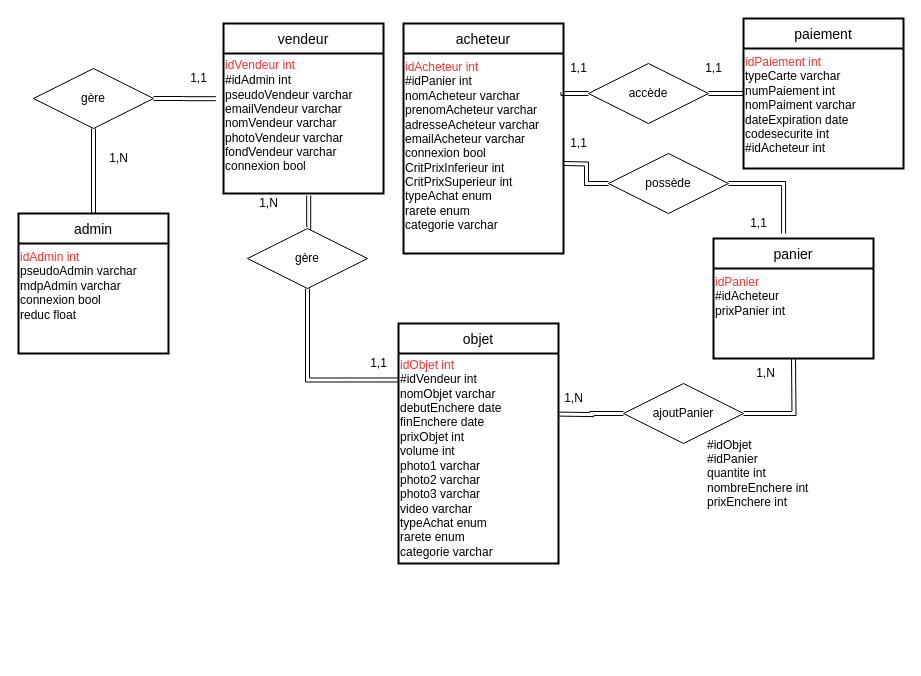
Before: relation_entite.drawio in Dvdbx/projet-webdynamique, a draw.io diagram. Source tidied: cells renumbered, new cells numbered last; positions are measured from the earlier drawing's top-left corner, leaving out a move shared by most shapes. Both pictures are drawn from the tidied source at 100%, with x=0, y=0 at pixel (18, 18).
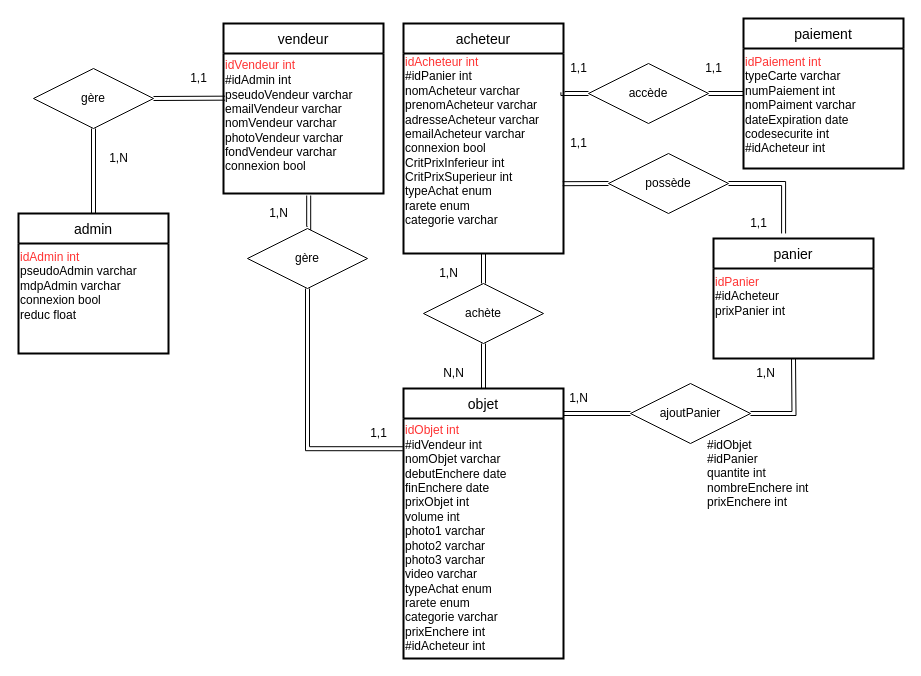
The same page after the edit.

Commit message (it also covers changes not shown here):
relation entite

Unchanged cells that the change refers to:
```xml
<mxCell id="5" value="&lt;font style=&quot;font-size: 12px&quot;&gt;&lt;font color=&quot;#ff3333&quot;&gt;&lt;br&gt;&lt;br&gt;&lt;/font&gt;&lt;span style=&quot;color: rgb(255 , 51 , 51)&quot;&gt;idVendeur int&lt;/span&gt;&lt;font color=&quot;#ff3333&quot;&gt;&lt;br&gt;&lt;/font&gt;&lt;div&gt;&lt;span&gt;#idAdmin int&lt;/span&gt;&lt;/div&gt;&lt;div&gt;&lt;span&gt;pseudoVendeur varchar&lt;/span&gt;&lt;/div&gt;&lt;div&gt;&lt;span&gt;emailVendeur varchar&lt;/span&gt;&lt;/div&gt;&lt;div&gt;&lt;span&gt;nomVendeur varchar&lt;/span&gt;&lt;/div&gt;&lt;div&gt;&lt;span&gt;photoVendeur varchar&lt;/span&gt;&lt;/div&gt;&lt;div&gt;&lt;span&gt;fondVendeur varchar&lt;/span&gt;&lt;/div&gt;&lt;div&gt;&lt;span&gt;connexion bool&lt;/span&gt;&lt;/div&gt;&lt;/font&gt;&lt;div style=&quot;padding: 0px ; margin: 0px&quot;&gt;&lt;br style=&quot;padding: 0px ; margin: 0px&quot;&gt;&lt;/div&gt;&lt;div style=&quot;padding: 0px ; margin: 0px&quot;&gt;&lt;br style=&quot;padding: 0px ; margin: 0px&quot;&gt;&lt;/div&gt;&lt;div style=&quot;padding: 0px ; margin: 0px&quot;&gt;&lt;br style=&quot;padding: 0px ; margin: 0px ; font-size: 12px&quot;&gt;&lt;/div&gt;" style="text;html=1;strokeColor=none;fillColor=none;align=left;verticalAlign=middle;whiteSpace=wrap;rounded=0;sketch=0;fontSize=14;fontColor=#000000;" parent="4" vertex="1">
  <mxGeometry y="30" width="160" height="140" as="geometry" />
</mxCell>
<mxCell id="6" value="acheteur" style="swimlane;horizontal=1;startSize=30;rounded=0;fontSize=14;fontStyle=0;strokeWidth=2;shadow=0;dashed=0;align=center;" parent="1" vertex="1">
  <mxGeometry x="385" y="5" width="160" height="230" as="geometry" />
</mxCell>
<mxCell id="26" value="gère" style="shape=rhombus;perimeter=rhombusPerimeter;whiteSpace=wrap;html=1;align=center;rounded=0;" parent="1" vertex="1">
  <mxGeometry x="15" y="50" width="120" height="60" as="geometry" />
</mxCell>
<mxCell id="35" value="possède" style="shape=rhombus;perimeter=rhombusPerimeter;whiteSpace=wrap;html=1;align=center;rounded=0;" parent="1" vertex="1">
  <mxGeometry x="590" y="135" width="120" height="60" as="geometry" />
</mxCell>
```

What changed in the source:
```diff
@@
-    <mxCell id="7" value="&lt;span&gt;&lt;font color=&quot;#ff3333&quot;&gt;&lt;br&gt;idAcheteur int&lt;/font&gt;&lt;/span&gt;&lt;br style=&quot;padding: 0px ; margin: 0px&quot;&gt;&lt;span&gt;#idPanier int&lt;/span&gt;&lt;br style=&quot;padding: 0px ; margin: 0px&quot;&gt;&lt;span&gt;nomAcheteur varchar&lt;/span&gt;&lt;br style=&quot;padding: 0px ; margin: 0px&quot;&gt;&lt;span&gt;prenomAcheteur varchar&lt;/span&gt;&lt;br style=&quot;padding: 0px ; margin: 0px&quot;&gt;&lt;span&gt;adresseAcheteur varchar&lt;/span&gt;&lt;br style=&quot;padding: 0px ; margin: 0px&quot;&gt;&lt;span&gt;emailAcheteur varchar&lt;/span&gt;&lt;br style=&quot;padding: 0px ; margin: 0px&quot;&gt;&lt;span&gt;connexion bool&lt;br&gt;&lt;div&gt;CritPrixInferieur int&lt;/div&gt;&lt;div&gt;CritPrixSuperieur int&amp;nbsp;&lt;/div&gt;&lt;div&gt;typeAchat enum&amp;nbsp;&lt;/div&gt;&lt;div&gt;rarete enum&amp;nbsp;&lt;/div&gt;&lt;div&gt;categorie varchar&amp;nbsp;&lt;/div&gt;&lt;br&gt;&lt;br&gt;&lt;/span&gt;" style="text;html=1;strokeColor=none;fillColor=none;align=left;verticalAlign=middle;whiteSpace=wrap;rounded=0;sketch=0;fontSize=12;fontColor=#000000;" parent="6" vertex="1">
-      <mxGeometry y="30" width="160" height="200" as="geometry" />
-    </mxCell>
@@
     <mxCell id="10" value="objet" style="swimlane;horizontal=1;startSize=30;rounded=0;fontSize=14;fontStyle=0;strokeWidth=2;shadow=0;dashed=0;align=center;" parent="1" vertex="1">
-      <mxGeometry x="380" y="305" width="160" height="240" as="geometry" />
+      <mxGeometry x="385" y="370" width="160" height="270" as="geometry" />
     </mxCell>
-    <mxCell id="11" value="&lt;span&gt;&lt;font color=&quot;#ff3333&quot;&gt;idObjet int&lt;/font&gt;&lt;/span&gt;&lt;br style=&quot;padding: 0px ; margin: 0px&quot;&gt;&lt;span&gt;#idVendeur int&lt;/span&gt;&lt;br style=&quot;padding: 0px ; margin: 0px&quot;&gt;&lt;span&gt;nomObjet varchar&lt;/span&gt;&lt;br style=&quot;padding: 0px ; margin: 0px&quot;&gt;&lt;span&gt;debutEnchere date&lt;/span&gt;&lt;br style=&quot;padding: 0px ; margin: 0px&quot;&gt;&lt;span&gt;finEnchere date&lt;/span&gt;&lt;br style=&quot;padding: 0px ; margin: 0px&quot;&gt;&lt;span&gt;prixObjet int&lt;/span&gt;&lt;br style=&quot;padding: 0px ; margin: 0px&quot;&gt;&lt;span&gt;volume int&lt;/span&gt;&lt;br style=&quot;padding: 0px ; margin: 0px&quot;&gt;&lt;span&gt;photo1 varchar&lt;/span&gt;&lt;br style=&quot;padding: 0px ; margin: 0px&quot;&gt;&lt;span&gt;photo2 varchar&lt;/span&gt;&lt;br style=&quot;padding: 0px ; margin: 0px&quot;&gt;&lt;span&gt;photo3 varchar&lt;/span&gt;&lt;br style=&quot;padding: 0px ; margin: 0px&quot;&gt;&lt;span&gt;video varchar&lt;/span&gt;&lt;br style=&quot;padding: 0px ; margin: 0px&quot;&gt;&lt;span&gt;typeAchat enum&lt;/span&gt;&lt;br style=&quot;padding: 0px ; margin: 0px&quot;&gt;&lt;span&gt;rarete enum&lt;/span&gt;&lt;br style=&quot;padding: 0px ; margin: 0px&quot;&gt;&lt;span&gt;categorie varchar&lt;/span&gt;" style="text;html=1;strokeColor=none;fillColor=none;align=left;verticalAlign=middle;whiteSpace=wrap;rounded=0;sketch=0;fontSize=12;fontColor=#000000;" parent="10" vertex="1">
-      <mxGeometry y="30" width="160" height="210" as="geometry" />
+    <mxCell id="11" value="&lt;span&gt;&lt;font color=&quot;#ff3333&quot;&gt;idObjet int&lt;/font&gt;&lt;/span&gt;&lt;br style=&quot;padding: 0px ; margin: 0px&quot;&gt;&lt;span&gt;#idVendeur int&lt;/span&gt;&lt;br style=&quot;padding: 0px ; margin: 0px&quot;&gt;&lt;span&gt;nomObjet varchar&lt;/span&gt;&lt;br style=&quot;padding: 0px ; margin: 0px&quot;&gt;&lt;span&gt;debutEnchere date&lt;/span&gt;&lt;br style=&quot;padding: 0px ; margin: 0px&quot;&gt;&lt;span&gt;finEnchere date&lt;/span&gt;&lt;br style=&quot;padding: 0px ; margin: 0px&quot;&gt;&lt;span&gt;prixObjet int&lt;/span&gt;&lt;br style=&quot;padding: 0px ; margin: 0px&quot;&gt;&lt;span&gt;volume int&lt;/span&gt;&lt;br style=&quot;padding: 0px ; margin: 0px&quot;&gt;&lt;span&gt;photo1 varchar&lt;/span&gt;&lt;br style=&quot;padding: 0px ; margin: 0px&quot;&gt;&lt;span&gt;photo2 varchar&lt;/span&gt;&lt;br style=&quot;padding: 0px ; margin: 0px&quot;&gt;&lt;span&gt;photo3 varchar&lt;/span&gt;&lt;br style=&quot;padding: 0px ; margin: 0px&quot;&gt;&lt;span&gt;video varchar&lt;/span&gt;&lt;br style=&quot;padding: 0px ; margin: 0px&quot;&gt;&lt;span&gt;typeAchat enum&lt;/span&gt;&lt;br style=&quot;padding: 0px ; margin: 0px&quot;&gt;&lt;span&gt;rarete enum&lt;/span&gt;&lt;br style=&quot;padding: 0px ; margin: 0px&quot;&gt;&lt;span&gt;categorie varchar&lt;br&gt;prixEnchere int&lt;br&gt;#idAcheteur int&lt;br&gt;&lt;/span&gt;" style="text;html=1;strokeColor=none;fillColor=none;align=left;verticalAlign=middle;whiteSpace=wrap;rounded=0;sketch=0;fontSize=12;fontColor=#000000;" parent="10" vertex="1">
+      <mxGeometry y="30" width="160" height="240" as="geometry" />
     </mxCell>
@@
     <mxCell id="16" value="1,N" style="text;html=1;align=center;verticalAlign=middle;strokeColor=none;fillColor=none;rounded=0;" parent="1" vertex="1">
-      <mxGeometry x="235" y="175" width="30" height="20" as="geometry" />
+      <mxGeometry x="245" y="185" width="30" height="20" as="geometry" />
     </mxCell>
     <mxCell id="17" value="1,1" style="text;html=1;align=center;verticalAlign=middle;strokeColor=none;fillColor=none;rounded=0;" parent="1" vertex="1">
-      <mxGeometry x="345" y="335" width="30" height="20" as="geometry" />
+      <mxGeometry x="345" y="405" width="30" height="20" as="geometry" />
     </mxCell>
@@
     <mxCell id="22" value="1,N" style="text;html=1;align=center;verticalAlign=middle;strokeColor=none;fillColor=none;rounded=0;" parent="1" vertex="1">
-      <mxGeometry x="540" y="370" width="30" height="20" as="geometry" />
+      <mxGeometry x="545" y="370" width="30" height="20" as="geometry" />
     </mxCell>
@@
-    <mxCell id="24" style="rounded=0;jettySize=auto;html=1;exitX=1;exitY=0.5;exitDx=0;exitDy=0;entryX=-0.016;entryY=0.323;entryDx=0;entryDy=0;entryPerimeter=0;edgeStyle=entityRelationEdgeStyle;shape=link;" parent="1" edge="1" source="26">
-      <mxGeometry relative="1" as="geometry">
-        <mxPoint x="197.4" y="80.2" as="targetPoint" />
-      </mxGeometry>
-    </mxCell>
@@
+    <mxCell id="40" style="edgeStyle=none;shape=link;rounded=0;jettySize=auto;html=1;exitX=1;exitY=0.5;exitDx=0;exitDy=0;entryX=0.01;entryY=0.319;entryDx=0;entryDy=0;entryPerimeter=0;" parent="1" edge="1" source="26" target="5">
+      <mxGeometry relative="1" as="geometry" />
+    </mxCell>
@@
-    <mxCell id="33" style="edgeStyle=orthogonalEdgeStyle;rounded=0;jettySize=auto;html=1;exitX=0;exitY=0.5;exitDx=0;exitDy=0;entryX=1;entryY=1;entryDx=0;entryDy=0;shape=link;" parent="1" edge="1" source="35">
-      <mxGeometry relative="1" as="geometry">
-        <mxPoint x="545" y="145" as="targetPoint" />
-      </mxGeometry>
-    </mxCell>
@@
+    <mxCell id="41" style="edgeStyle=none;shape=link;rounded=0;jettySize=auto;html=1;exitX=0;exitY=0.5;exitDx=0;exitDy=0;entryX=0.995;entryY=0.676;entryDx=0;entryDy=0;entryPerimeter=0;" parent="1" edge="1" source="35" target="7">
+      <mxGeometry relative="1" as="geometry" />
+    </mxCell>
@@
-    <mxCell id="37" style="edgeStyle=orthogonalEdgeStyle;rounded=0;jettySize=auto;html=1;exitX=0;exitY=0.5;exitDx=0;exitDy=0;entryX=1.005;entryY=0.598;entryDx=0;entryDy=0;entryPerimeter=0;shape=link;" parent="1" edge="1" source="39">
-      <mxGeometry relative="1" as="geometry">
-        <mxPoint x="540.8" y="395.6" as="targetPoint" />
-      </mxGeometry>
-    </mxCell>
@@
+    <mxCell id="42" style="edgeStyle=none;rounded=0;jettySize=auto;html=1;exitX=0;exitY=0.5;exitDx=0;exitDy=0;shape=link;" parent="1" edge="1" source="39">
+      <mxGeometry relative="1" as="geometry">
+        <mxPoint x="545" y="395" as="targetPoint" />
+      </mxGeometry>
+    </mxCell>
     <mxCell id="39" value="ajoutPanier" style="shape=rhombus;perimeter=rhombusPerimeter;whiteSpace=wrap;html=1;align=center;rounded=0;" parent="1" vertex="1">
-      <mxGeometry x="605" y="365" width="120" height="60" as="geometry" />
+      <mxGeometry x="612" y="365" width="120" height="60" as="geometry" />
     </mxCell>
+    <mxCell id="7" value="&lt;span&gt;&lt;font color=&quot;#ff3333&quot;&gt;&lt;br&gt;idAcheteur int&lt;/font&gt;&lt;/span&gt;&lt;br style=&quot;padding: 0px ; margin: 0px&quot;&gt;&lt;span&gt;#idPanier int&lt;/span&gt;&lt;br style=&quot;padding: 0px ; margin: 0px&quot;&gt;&lt;span&gt;nomAcheteur varchar&lt;/span&gt;&lt;br style=&quot;padding: 0px ; margin: 0px&quot;&gt;&lt;span&gt;prenomAcheteur varchar&lt;/span&gt;&lt;br style=&quot;padding: 0px ; margin: 0px&quot;&gt;&lt;span&gt;adresseAcheteur varchar&lt;/span&gt;&lt;br style=&quot;padding: 0px ; margin: 0px&quot;&gt;&lt;span&gt;emailAcheteur varchar&lt;/span&gt;&lt;br style=&quot;padding: 0px ; margin: 0px&quot;&gt;&lt;span&gt;connexion bool&lt;br&gt;&lt;div&gt;CritPrixInferieur int&lt;/div&gt;&lt;div&gt;CritPrixSuperieur int&amp;nbsp;&lt;/div&gt;&lt;div&gt;typeAchat enum&amp;nbsp;&lt;/div&gt;&lt;div&gt;rarete enum&amp;nbsp;&lt;/div&gt;&lt;div&gt;categorie varchar&amp;nbsp;&lt;/div&gt;&lt;br&gt;&lt;br&gt;&lt;/span&gt;" style="text;html=1;strokeColor=none;fillColor=none;align=left;verticalAlign=middle;whiteSpace=wrap;rounded=0;sketch=0;fontSize=12;fontColor=#000000;" parent="1" vertex="1">
+      <mxGeometry x="385" y="30" width="160" height="200" as="geometry" />
+    </mxCell>
+    <mxCell id="43" style="endArrow=none;html=1;rounded=0;entryX=0.5;entryY=0;entryDx=0;entryDy=0;shape=link;startArrow=none;" parent="1" edge="1" source="44" target="10">
+      <mxGeometry relative="1" as="geometry" />
+    </mxCell>
+    <mxCell id="44" value="achète" style="shape=rhombus;perimeter=rhombusPerimeter;whiteSpace=wrap;html=1;align=center;" parent="1" vertex="1">
+      <mxGeometry x="405" y="265" width="120" height="60" as="geometry" />
+    </mxCell>
+    <mxCell id="45" style="endArrow=none;html=1;rounded=0;entryX=0.5;entryY=0;entryDx=0;entryDy=0;shape=link;" parent="1" edge="1" target="44">
+      <mxGeometry relative="1" as="geometry">
+        <mxPoint x="465" y="235" as="sourcePoint" />
+      </mxGeometry>
+    </mxCell>
+    <mxCell id="46" value="1,N" style="text;html=1;align=center;verticalAlign=middle;strokeColor=none;fillColor=none;" parent="1" vertex="1">
+      <mxGeometry x="415" y="245" width="30" height="20" as="geometry" />
+    </mxCell>
+    <mxCell id="47" value="N,N" style="text;html=1;align=center;verticalAlign=middle;strokeColor=none;fillColor=none;" parent="1" vertex="1">
+      <mxGeometry x="415" y="345" width="40" height="20" as="geometry" />
+    </mxCell>
```
